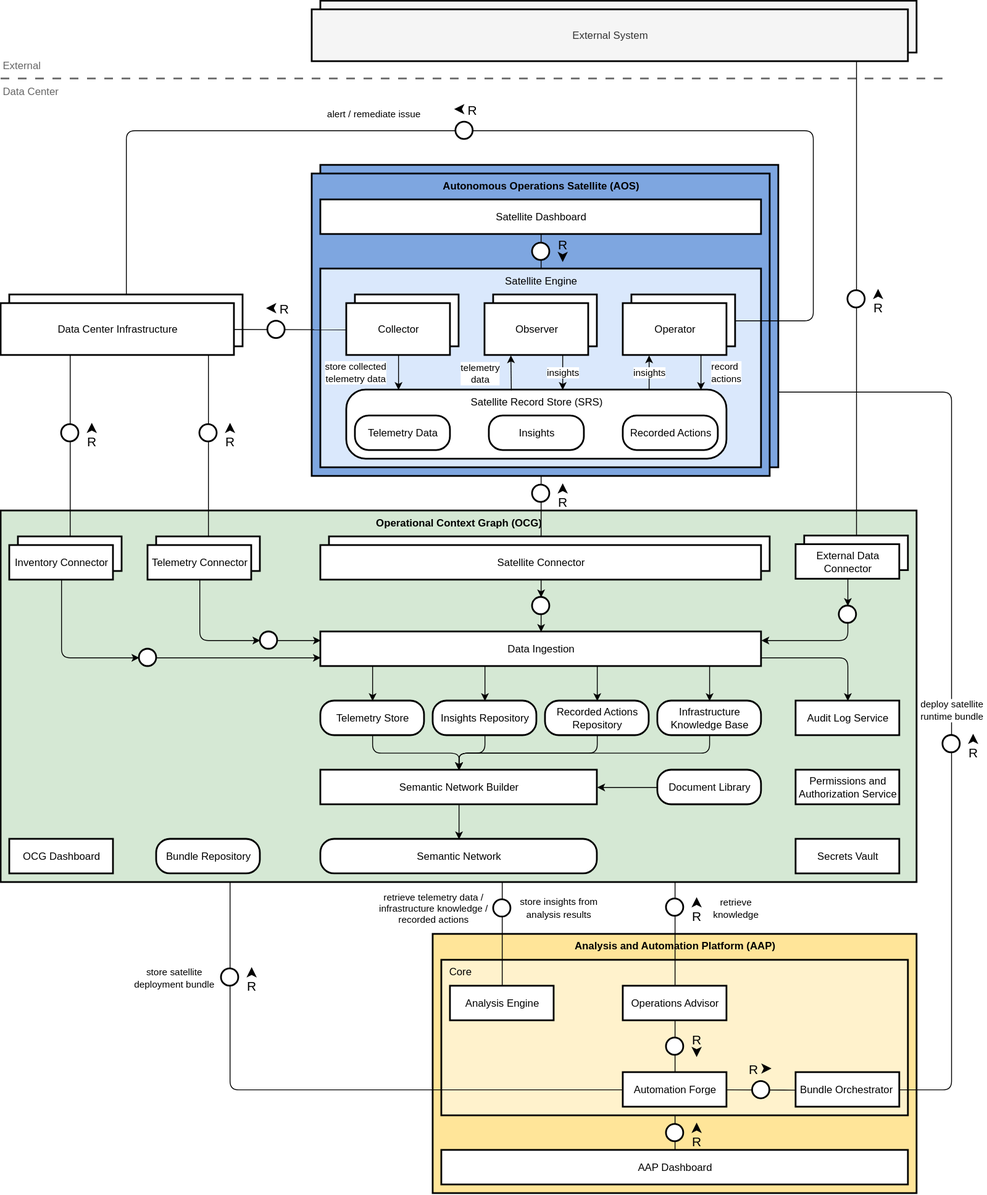
Before: docs/diagrams/architecture-overview.drawio.svg, a diagram exported from draw.io (autonomous-operations-platform/website). Source tidied: cells renumbered, new cells last; positions are measured from the earlier drawing's top-left corner, leaving out a move shared by most shapes.
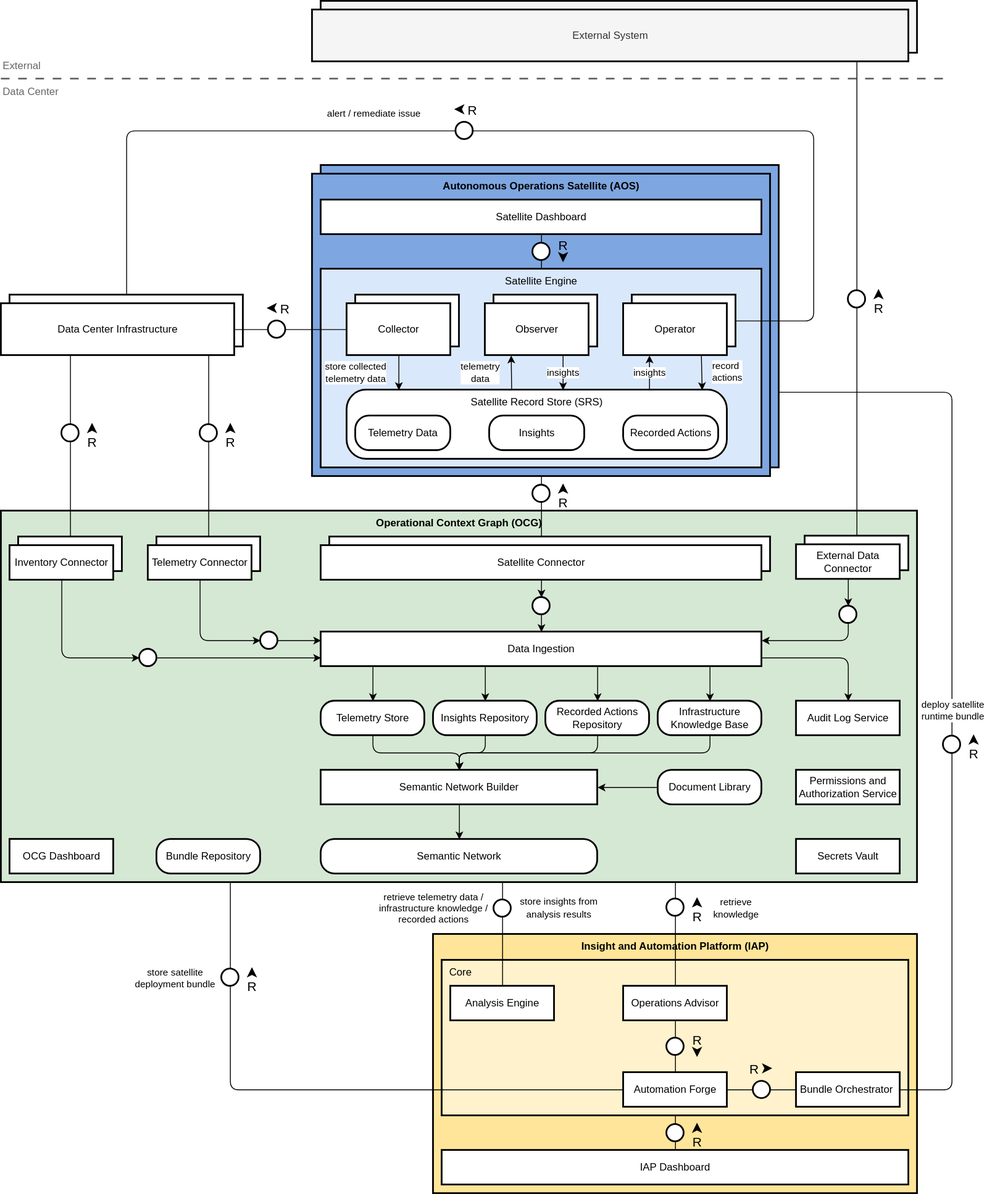
After the change.

The edit, as a diff of the source:
```diff
@@ -5,7 +5,7 @@
     <mxCell id="2" style="rounded=0;whiteSpace=wrap;html=1;strokeWidth=2;fillColor=#f5f5f5;fontColor=#333333;strokeColor=#000000;" parent="1" vertex="1">
       <mxGeometry x="370" width="690" height="60" as="geometry" />
     </mxCell>
-    <mxCell id="3" value="&lt;b&gt;Analysis and Automation Platform (AAP)&lt;/b&gt;" style="rounded=0;whiteSpace=wrap;html=1;strokeWidth=2;verticalAlign=top;fillColor=#FFE599;" parent="1" vertex="1">
+    <mxCell id="3" value="&lt;b&gt;Insight and Automation Platform (IAP)&lt;/b&gt;" style="rounded=0;whiteSpace=wrap;html=1;strokeWidth=2;verticalAlign=top;fillColor=#FFE599;" parent="1" vertex="1">
       <mxGeometry x="500" y="1080" width="560" height="300" as="geometry" />
     </mxCell>
     <mxCell id="4" value="&amp;nbsp; Core" style="rounded=0;whiteSpace=wrap;html=1;strokeWidth=2;verticalAlign=top;align=left;fillColor=#fff2cc;strokeColor=#000000;" parent="1" vertex="1">
@@ -375,7 +375,7 @@
     <mxCell id="96" value="Bundle Orchestrator&amp;nbsp;" style="rounded=0;whiteSpace=wrap;html=1;strokeWidth=2;" parent="1" vertex="1">
       <mxGeometry x="920" y="1240" width="120" height="40" as="geometry" />
     </mxCell>
-    <mxCell id="97" value="AAP Dashboard" style="rounded=0;whiteSpace=wrap;html=1;strokeWidth=2;" parent="1" vertex="1">
+    <mxCell id="97" value="IAP Dashboard" style="rounded=0;whiteSpace=wrap;html=1;strokeWidth=2;" parent="1" vertex="1">
       <mxGeometry x="510" y="1330" width="540" height="40" as="geometry" />
     </mxCell>
     <mxCell id="98" style="edgeStyle=orthogonalEdgeStyle;elbow=vertical;rounded=1;startArrow=none;endArrow=none;html=1;endFill=0;align=center;labelBackgroundColor=none;entryX=1;entryY=0.5;entryDx=0;entryDy=0;exitX=0.5;exitY=0;exitDx=0;exitDy=0;" parent="1" edge="1" source="10" target="22">
```
